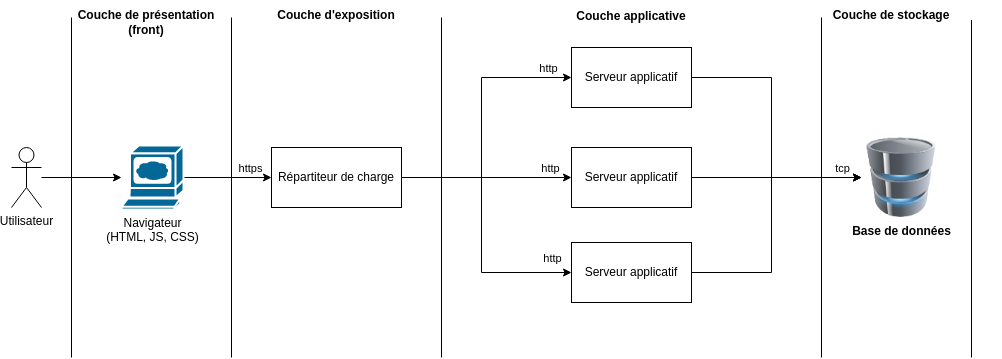
Earlier version of the draw.io export slides/img/archi-ntiers-web.drawio.png (mborne/cours-archi-si-geo). Source tidied: cells renumbered, new cells last; positions are measured from the earlier drawing's top-left corner, leaving out a move shared by most shapes.
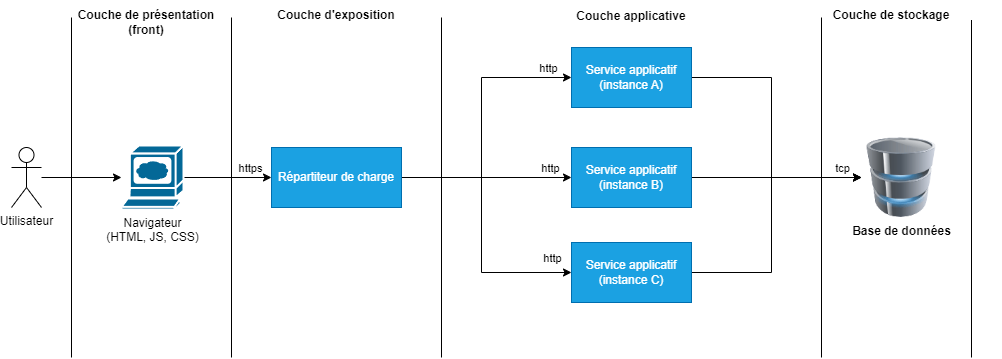
Later version of the same file.

Diff of the diagram source:
```diff
@@ -1,4 +1,4 @@
-<mxGraphModel>
+<mxGraphModel background="#ffffff">
   <root>
     <mxCell id="0" />
     <mxCell id="1" parent="0" />
@@ -8,7 +8,7 @@
     <mxCell id="3" style="edgeStyle=orthogonalEdgeStyle;rounded=0;jettySize=auto;html=1;" parent="1" edge="1" source="4" target="2">
       <mxGeometry relative="1" as="geometry" />
     </mxCell>
-    <mxCell id="4" value="Serveur applicatif" style="rounded=0;whiteSpace=wrap;html=1;" parent="1" vertex="1">
+    <mxCell id="4" value="Service applicatif&lt;div&gt;(instance B)&lt;/div&gt;" style="rounded=0;whiteSpace=wrap;html=1;fillColor=#1ba1e2;fontColor=#ffffff;strokeColor=#006EAF;" parent="1" vertex="1">
       <mxGeometry x="560" y="147" width="120" height="60" as="geometry" />
     </mxCell>
     <mxCell id="5" style="edgeStyle=orthogonalEdgeStyle;rounded=0;jettySize=auto;html=1;entryX=0;entryY=0.5;entryDx=0;entryDy=0;" parent="1" edge="1" source="11" target="13">
@@ -45,7 +45,7 @@
         <mxPoint x="3" y="-14" as="offset" />
       </mxGeometry>
     </mxCell>
-    <mxCell id="11" value="Répartiteur de charge" style="rounded=0;whiteSpace=wrap;html=1;" parent="1" vertex="1">
+    <mxCell id="11" value="Répartiteur de charge" style="rounded=0;whiteSpace=wrap;html=1;fillColor=#1ba1e2;fontColor=#ffffff;strokeColor=#006EAF;" parent="1" vertex="1">
       <mxGeometry x="260" y="147" width="130" height="60" as="geometry" />
     </mxCell>
     <mxCell id="12" style="edgeStyle=orthogonalEdgeStyle;rounded=0;jettySize=auto;html=1;" parent="1" edge="1" source="13" target="2">
@@ -56,7 +56,7 @@
         </Array>
       </mxGeometry>
     </mxCell>
-    <mxCell id="13" value="Serveur applicatif" style="rounded=0;whiteSpace=wrap;html=1;" parent="1" vertex="1">
+    <mxCell id="13" value="Service applicatif&lt;div&gt;(instance A)&lt;/div&gt;" style="rounded=0;whiteSpace=wrap;html=1;fillColor=#1ba1e2;fontColor=#ffffff;strokeColor=#006EAF;" parent="1" vertex="1">
       <mxGeometry x="560" y="47" width="120" height="60" as="geometry" />
     </mxCell>
     <mxCell id="14" style="edgeStyle=orthogonalEdgeStyle;rounded=0;jettySize=auto;html=1;entryX=0;entryY=0.5;entryDx=0;entryDy=0;" parent="1" edge="1" source="16" target="2">
@@ -73,7 +73,7 @@
         <mxPoint x="2" y="-9" as="offset" />
       </mxGeometry>
     </mxCell>
-    <mxCell id="16" value="Serveur applicatif" style="rounded=0;whiteSpace=wrap;html=1;" parent="1" vertex="1">
+    <mxCell id="16" value="Service applicatif&lt;div&gt;(instance C)&lt;/div&gt;" style="rounded=0;whiteSpace=wrap;html=1;fillColor=#1ba1e2;fontColor=#ffffff;strokeColor=#006EAF;" parent="1" vertex="1">
       <mxGeometry x="560" y="242" width="120" height="60" as="geometry" />
     </mxCell>
     <mxCell id="17" style="edgeStyle=orthogonalEdgeStyle;rounded=0;jettySize=auto;html=1;" parent="1" edge="1" source="19" target="11">
```
